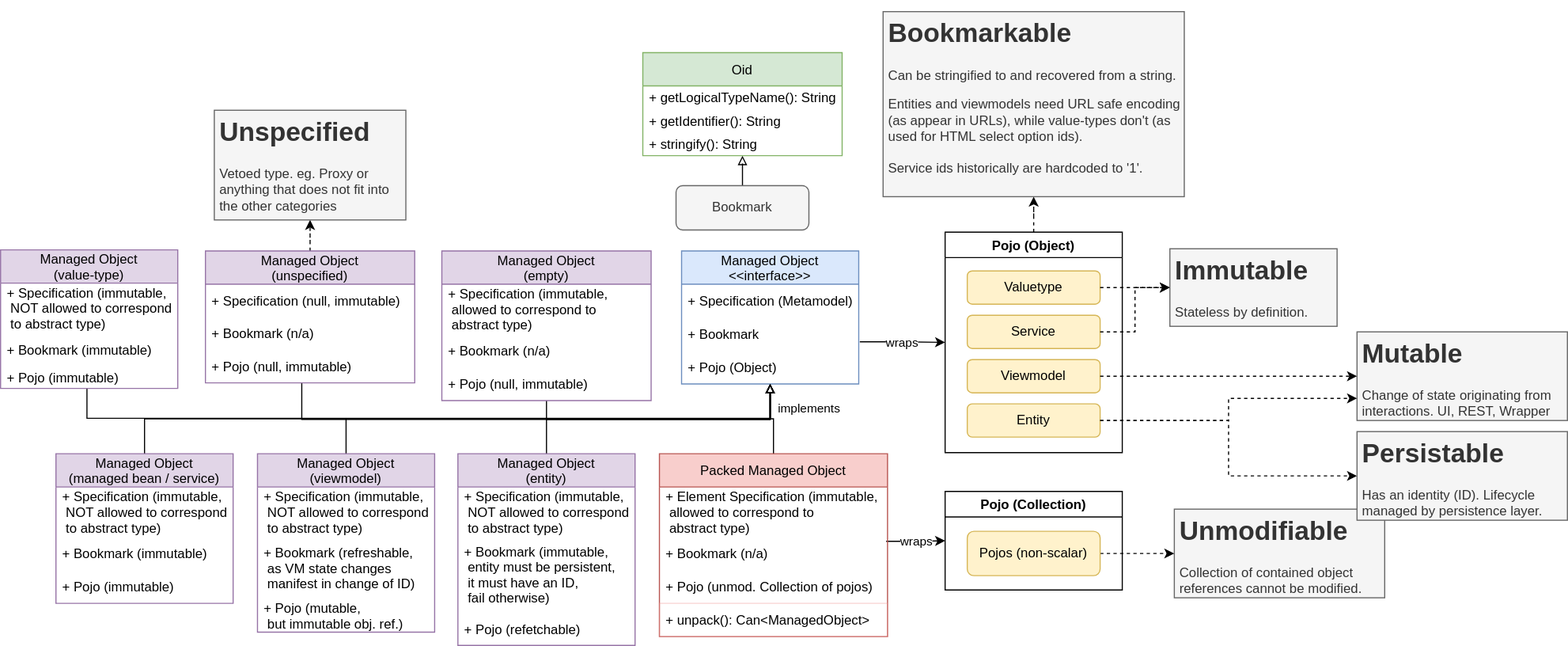
This is core/metamodel/src/main/adoc/modules/metamodel/images/managed-object-diagram.drawio.svg from apache/causeway, a draw.io export, as it was before one commit. Source tidied: cells renumbered, new cells last; positions are measured from the earlier drawing's top-left corner, leaving out a move shared by most shapes.
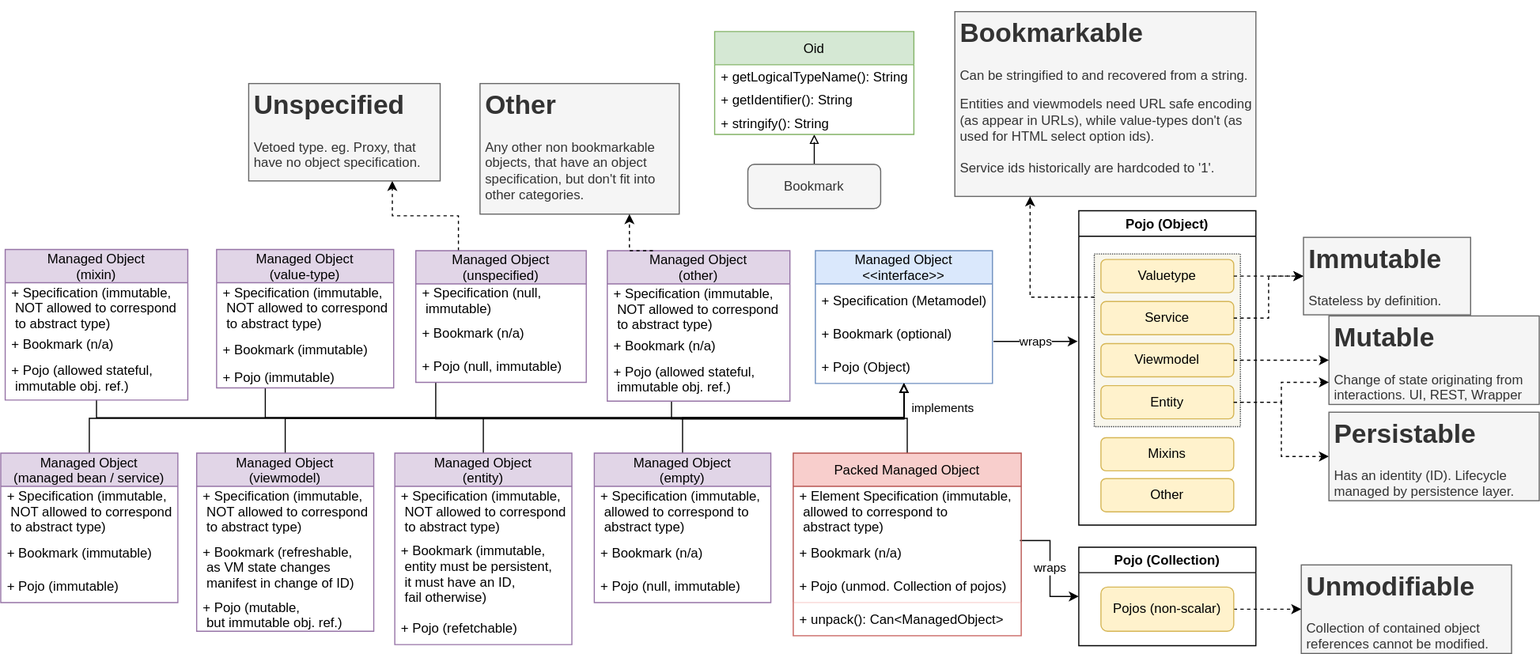
Later version of the same file.

Commit message:
ISIS-3167: adds new Specializations: MIXIN, OTHER

The edit, as a diff of the source:
```diff
@@ -4,4 +4,6 @@
     <mxCell id="1" parent="0" />
-    <mxCell id="2" value="wraps" style="edgeStyle=orthogonalEdgeStyle;rounded=0;jettySize=auto;html=1;exitX=1.006;exitY=0.733;exitDx=0;exitDy=0;entryX=0;entryY=0.5;entryDx=0;entryDy=0;exitPerimeter=0;" parent="1" edge="1" source="5" target="8">
-      <mxGeometry relative="1" as="geometry" />
+    <mxCell id="2" value="wraps" style="edgeStyle=orthogonalEdgeStyle;rounded=0;jettySize=auto;html=1;exitX=1.006;exitY=0.733;exitDx=0;exitDy=0;exitPerimeter=0;" parent="1" edge="1" source="5">
+      <mxGeometry relative="1" as="geometry">
+        <mxPoint x="852" y="298" as="targetPoint" />
+      </mxGeometry>
     </mxCell>
@@ -13,3 +15,3 @@
     </mxCell>
-    <mxCell id="5" value="+ Bookmark" style="text;strokeColor=none;fillColor=none;align=left;verticalAlign=middle;spacingLeft=4;spacingRight=4;overflow=hidden;points=[[0,0.5],[1,0.5]];portConstraint=eastwest;" parent="3" vertex="1">
+    <mxCell id="5" value="+ Bookmark (optional)" style="text;strokeColor=none;fillColor=none;align=left;verticalAlign=middle;spacingLeft=4;spacingRight=4;overflow=hidden;points=[[0,0.5],[1,0.5]];portConstraint=eastwest;" parent="3" vertex="1">
       <mxGeometry y="60" width="160" height="30" as="geometry" />
@@ -19,20 +21,26 @@
     </mxCell>
-    <mxCell id="7" style="edgeStyle=orthogonalEdgeStyle;rounded=0;jettySize=auto;html=1;exitX=0.5;exitY=0;exitDx=0;exitDy=0;dashed=1;" parent="1" edge="1" source="8" target="22">
-      <mxGeometry relative="1" as="geometry" />
-    </mxCell>
     <mxCell id="8" value="Pojo (Object)" style="swimlane;" parent="1" vertex="1">
-      <mxGeometry x="853" y="199" width="160" height="199" as="geometry" />
+      <mxGeometry x="853" y="180" width="160" height="284" as="geometry" />
     </mxCell>
+    <mxCell id="71" style="rounded=0;whiteSpace=wrap;html=1;dashed=1;dashPattern=1 1;fillColor=#f9f7ed;strokeColor=#36393d;fillStyle=auto;" parent="8" vertex="1">
+      <mxGeometry x="14" y="39" width="132" height="156" as="geometry" />
+    </mxCell>
     <mxCell id="9" value="Valuetype" style="rounded=1;whiteSpace=wrap;html=1;fillColor=#fff2cc;strokeColor=#d6b656;" parent="8" vertex="1">
-      <mxGeometry x="20" y="35" width="120" height="30" as="geometry" />
+      <mxGeometry x="20" y="44" width="120" height="30" as="geometry" />
     </mxCell>
     <mxCell id="10" value="Viewmodel" style="rounded=1;whiteSpace=wrap;html=1;fillColor=#fff2cc;strokeColor=#d6b656;" parent="8" vertex="1">
-      <mxGeometry x="20" y="115" width="120" height="30" as="geometry" />
+      <mxGeometry x="20" y="120" width="120" height="30" as="geometry" />
     </mxCell>
     <mxCell id="11" value="Entity" style="rounded=1;whiteSpace=wrap;html=1;fillColor=#fff2cc;strokeColor=#d6b656;" parent="8" vertex="1">
-      <mxGeometry x="20" y="155" width="120" height="30" as="geometry" />
+      <mxGeometry x="20" y="158" width="120" height="30" as="geometry" />
     </mxCell>
     <mxCell id="12" value="Service" style="rounded=1;whiteSpace=wrap;html=1;fillColor=#fff2cc;strokeColor=#d6b656;" parent="8" vertex="1">
-      <mxGeometry x="20" y="75" width="120" height="30" as="geometry" />
+      <mxGeometry x="20" y="82" width="120" height="30" as="geometry" />
     </mxCell>
+    <mxCell id="72" value="Mixins" style="rounded=1;whiteSpace=wrap;html=1;fillColor=#fff2cc;strokeColor=#d6b656;" parent="8" vertex="1">
+      <mxGeometry x="20" y="205" width="120" height="30" as="geometry" />
+    </mxCell>
+    <mxCell id="73" value="Other" style="rounded=1;whiteSpace=wrap;html=1;fillColor=#fff2cc;strokeColor=#d6b656;" parent="8" vertex="1">
+      <mxGeometry x="20" y="242" width="120" height="30" as="geometry" />
+    </mxCell>
     <mxCell id="13" style="edgeStyle=orthogonalEdgeStyle;rounded=0;jettySize=auto;html=1;exitX=1;exitY=0.5;exitDx=0;exitDy=0;entryX=0;entryY=0.5;entryDx=0;entryDy=0;dashed=1;" parent="1" edge="1" source="9" target="14">
@@ -41,6 +49,6 @@
     <mxCell id="14" value="&lt;h1&gt;Immutable&lt;/h1&gt;&lt;p&gt;Stateless by definition.&lt;/p&gt;" style="text;html=1;strokeColor=#666666;fillColor=#f5f5f5;spacing=5;spacingTop=-20;whiteSpace=wrap;overflow=hidden;rounded=0;fontColor=#333333;" parent="1" vertex="1">
-      <mxGeometry x="1056" y="214" width="151" height="70" as="geometry" />
+      <mxGeometry x="1056" y="204" width="151" height="70" as="geometry" />
     </mxCell>
     <mxCell id="15" value="&lt;h1&gt;Mutable&lt;/h1&gt;&lt;p&gt;Change of state originating from interactions. UI, REST, Wrapper&lt;/p&gt;&lt;p&gt;&lt;br&gt;&lt;/p&gt;" style="text;html=1;strokeColor=#666666;fillColor=#f5f5f5;spacing=5;spacingTop=-20;whiteSpace=wrap;overflow=hidden;rounded=0;fontColor=#333333;" parent="1" vertex="1">
-      <mxGeometry x="1225" y="289" width="190" height="80" as="geometry" />
+      <mxGeometry x="1079" y="275" width="190" height="80" as="geometry" />
     </mxCell>
@@ -53,6 +61,6 @@
     <mxCell id="18" value="&lt;h1&gt;Unmodifiable&lt;/h1&gt;&lt;p&gt;Collection of contained object references cannot be modified.&lt;/p&gt;" style="text;html=1;strokeColor=#666666;fillColor=#f5f5f5;spacing=5;spacingTop=-20;whiteSpace=wrap;overflow=hidden;rounded=0;fontColor=#333333;" parent="1" vertex="1">
-      <mxGeometry x="1060" y="449" width="190" height="80" as="geometry" />
+      <mxGeometry x="1054" y="500" width="190" height="80" as="geometry" />
     </mxCell>
     <mxCell id="19" value="&lt;h1&gt;Persistable&lt;/h1&gt;&lt;p&gt;Has an identity (ID). Lifecycle managed by persistence layer.&lt;/p&gt;" style="text;html=1;strokeColor=#666666;fillColor=#f5f5f5;spacing=5;spacingTop=-20;whiteSpace=wrap;overflow=hidden;rounded=0;fontColor=#333333;" parent="1" vertex="1">
-      <mxGeometry x="1225" y="379" width="190" height="80" as="geometry" />
+      <mxGeometry x="1079" y="362" width="190" height="80" as="geometry" />
     </mxCell>
@@ -65,3 +73,3 @@
     <mxCell id="22" value="&lt;h1&gt;Bookmarkable&lt;/h1&gt;&lt;p&gt;Can be stringified to and recovered from a string.&lt;/p&gt;&lt;p&gt;Entities and viewmodels need URL safe encoding (as appear in URLs), while value-types don't (as used for HTML select option ids).&lt;br&gt;&lt;br&gt;Service ids historically are hardcoded to '1'.&lt;/p&gt;&lt;p&gt;&lt;br&gt;&lt;/p&gt;" style="text;html=1;strokeColor=#666666;fillColor=#f5f5f5;spacing=5;spacingTop=-20;whiteSpace=wrap;overflow=hidden;rounded=0;fontColor=#333333;" parent="1" vertex="1">
-      <mxGeometry x="797" width="272" height="167" as="geometry" />
+      <mxGeometry x="741" width="272" height="167" as="geometry" />
     </mxCell>
@@ -91,3 +99,3 @@
     <mxCell id="30" value="Pojo (Collection)" style="swimlane;" parent="1" vertex="1">
-      <mxGeometry x="853" y="433" width="160" height="89" as="geometry" />
+      <mxGeometry x="853" y="484" width="160" height="89" as="geometry" />
     </mxCell>
@@ -100,3 +108,3 @@
     <mxCell id="33" value="Oid" style="swimlane;fontStyle=0;horizontal=1;startSize=30;fillColor=#d5e8d4;strokeColor=#82b366;" parent="1" vertex="1">
-      <mxGeometry x="580" y="37" width="180" height="93" as="geometry" />
+      <mxGeometry x="524" y="18" width="180" height="93" as="geometry" />
     </mxCell>
@@ -112,3 +120,3 @@
     <mxCell id="37" value="Bookmark" style="rounded=1;whiteSpace=wrap;html=1;fillColor=#f5f5f5;strokeColor=#666666;fontColor=#333333;" parent="1" vertex="1">
-      <mxGeometry x="610" y="157" width="120" height="40" as="geometry" />
+      <mxGeometry x="554" y="138" width="120" height="40" as="geometry" />
     </mxCell>
@@ -118,3 +126,3 @@
     <mxCell id="39" value="Managed Object&#10;(managed bean / service)" style="swimlane;fontStyle=0;horizontal=1;startSize=30;fillColor=#e1d5e7;strokeColor=#9673a6;" parent="1" vertex="1">
-      <mxGeometry x="50" y="399" width="160" height="135" as="geometry" />
+      <mxGeometry x="-121" y="399" width="160" height="135" as="geometry" />
     </mxCell>
@@ -133,3 +141,3 @@
     <mxCell id="44" value="Managed Object&#10;(viewmodel)" style="swimlane;fontStyle=0;horizontal=1;startSize=30;fillColor=#e1d5e7;strokeColor=#9673a6;" parent="1" vertex="1">
-      <mxGeometry x="232" y="399" width="160" height="161" as="geometry" />
+      <mxGeometry x="56" y="399" width="160" height="161" as="geometry" />
     </mxCell>
@@ -148,3 +156,3 @@
     <mxCell id="49" value="Managed Object&#10;(entity)" style="swimlane;fontStyle=0;horizontal=1;startSize=30;fillColor=#e1d5e7;strokeColor=#9673a6;" parent="1" vertex="1">
-      <mxGeometry x="413" y="399" width="160" height="173" as="geometry" />
+      <mxGeometry x="235" y="399" width="160" height="173" as="geometry" />
     </mxCell>
@@ -167,3 +175,3 @@
     </mxCell>
-    <mxCell id="54" style="edgeStyle=orthogonalEdgeStyle;rounded=0;jettySize=auto;html=1;exitX=0.5;exitY=0;exitDx=0;exitDy=0;fontFamily=Helvetica;endArrow=classic;endFill=1;dashed=1;" parent="1" edge="1" source="55" target="64">
+    <mxCell id="54" style="edgeStyle=orthogonalEdgeStyle;rounded=0;jettySize=auto;html=1;exitX=0.25;exitY=0;exitDx=0;exitDy=0;fontFamily=Helvetica;endArrow=classic;endFill=1;dashed=1;entryX=0.75;entryY=1;entryDx=0;entryDy=0;" parent="1" edge="1" source="55" target="64">
       <mxGeometry relative="1" as="geometry" />
@@ -171,17 +179,18 @@
     <mxCell id="55" value="Managed Object&#10;(unspecified)" style="swimlane;fontStyle=0;horizontal=1;startSize=30;fillColor=#e1d5e7;strokeColor=#9673a6;" parent="1" vertex="1">
-      <mxGeometry x="185" y="216" width="189" height="119" as="geometry" />
+      <mxGeometry x="254" y="216" width="154" height="119" as="geometry" />
     </mxCell>
-    <mxCell id="56" value="+ Specification (null, immutable)" style="text;strokeColor=none;fillColor=none;align=left;verticalAlign=middle;spacingLeft=4;spacingRight=4;overflow=hidden;" parent="55" vertex="1">
-      <mxGeometry y="30" width="189" height="29" as="geometry" />
+    <mxCell id="56" value="+ Specification (null, &#10; immutable)" style="text;strokeColor=none;fillColor=none;align=left;verticalAlign=middle;spacingLeft=4;spacingRight=4;overflow=hidden;" parent="55" vertex="1">
+      <mxGeometry y="30" width="154" height="29" as="geometry" />
     </mxCell>
     <mxCell id="57" value="+ Bookmark (n/a)" style="text;strokeColor=none;fillColor=none;align=left;verticalAlign=middle;spacingLeft=4;spacingRight=4;overflow=hidden;" parent="55" vertex="1">
-      <mxGeometry y="59" width="189" height="30" as="geometry" />
+      <mxGeometry y="59" width="154" height="30" as="geometry" />
     </mxCell>
     <mxCell id="58" value="+ Pojo (null, immutable)" style="text;strokeColor=none;fillColor=none;align=left;verticalAlign=middle;spacingLeft=4;spacingRight=4;overflow=hidden;" parent="55" vertex="1">
-      <mxGeometry y="89" width="189" height="30" as="geometry" />
+      <mxGeometry y="89" width="154" height="30" as="geometry" />
     </mxCell>
-    <mxCell id="59" style="edgeStyle=orthogonalEdgeStyle;rounded=0;jettySize=auto;html=1;fontFamily=Helvetica;endArrow=block;endFill=0;" parent="1" edge="1" source="60" target="3">
+    <mxCell id="59" style="edgeStyle=orthogonalEdgeStyle;rounded=0;jettySize=auto;html=1;fontFamily=Helvetica;endArrow=block;endFill=0;" parent="1" edge="1" target="3">
       <mxGeometry relative="1" as="geometry">
+        <mxPoint x="493" y="368" as="sourcePoint" />
         <Array as="points">
-          <mxPoint x="493" y="368" />
+          <mxPoint x="496" y="368" />
           <mxPoint x="695" y="368" />
@@ -190,16 +199,24 @@
     </mxCell>
+    <mxCell id="74" style="edgeStyle=orthogonalEdgeStyle;rounded=0;jettySize=auto;html=1;exitX=0.5;exitY=0;exitDx=0;exitDy=0;endArrow=block;endFill=0;" parent="1" edge="1" source="60" target="6">
+      <mxGeometry relative="1" as="geometry">
+        <Array as="points">
+          <mxPoint x="495" y="367" />
+          <mxPoint x="695" y="367" />
+        </Array>
+      </mxGeometry>
+    </mxCell>
     <mxCell id="60" value="Managed Object&#10;(empty)" style="swimlane;fontStyle=0;horizontal=1;startSize=30;fillColor=#e1d5e7;strokeColor=#9673a6;" parent="1" vertex="1">
-      <mxGeometry x="398.5" y="216" width="189" height="135" as="geometry" />
+      <mxGeometry x="415.2" y="399" width="159.5" height="135" as="geometry" />
     </mxCell>
     <mxCell id="61" value="+ Specification (immutable, &#10; allowed to correspond to&#10; abstract type)" style="text;strokeColor=none;fillColor=none;align=left;verticalAlign=middle;spacingLeft=4;spacingRight=4;overflow=hidden;" parent="60" vertex="1">
-      <mxGeometry y="30" width="189" height="45" as="geometry" />
+      <mxGeometry y="30" width="159.5" height="45" as="geometry" />
     </mxCell>
     <mxCell id="62" value="+ Bookmark (n/a)" style="text;strokeColor=none;fillColor=none;align=left;verticalAlign=middle;spacingLeft=4;spacingRight=4;overflow=hidden;" parent="60" vertex="1">
-      <mxGeometry y="75" width="189" height="30" as="geometry" />
+      <mxGeometry y="75" width="159.5" height="30" as="geometry" />
     </mxCell>
     <mxCell id="63" value="+ Pojo (null, immutable)" style="text;strokeColor=none;fillColor=none;align=left;verticalAlign=middle;spacingLeft=4;spacingRight=4;overflow=hidden;" parent="60" vertex="1">
-      <mxGeometry y="105" width="189" height="30" as="geometry" />
+      <mxGeometry y="105" width="159.5" height="30" as="geometry" />
     </mxCell>
-    <mxCell id="64" value="&lt;h1&gt;Unspecified&lt;/h1&gt;&lt;p&gt;Vetoed type. eg. Proxy or anything that does not fit into the other categories&lt;/p&gt;" style="text;html=1;strokeColor=#666666;fillColor=#f5f5f5;spacing=5;spacingTop=-20;whiteSpace=wrap;overflow=hidden;rounded=0;fontColor=#333333;" parent="1" vertex="1">
-      <mxGeometry x="193" y="89" width="173" height="99" as="geometry" />
+    <mxCell id="64" value="&lt;h1&gt;Unspecified&lt;/h1&gt;&lt;p&gt;Vetoed type. eg. Proxy, that have no object specification.&lt;/p&gt;" style="text;html=1;strokeColor=#666666;fillColor=#f5f5f5;spacing=5;spacingTop=-20;whiteSpace=wrap;overflow=hidden;rounded=0;fontColor=#333333;" parent="1" vertex="1">
+      <mxGeometry x="103" y="65" width="173" height="88" as="geometry" />
     </mxCell>
@@ -208,3 +225,3 @@
         <Array as="points">
-          <mxPoint x="78" y="367" />
+          <mxPoint x="118" y="367" />
           <mxPoint x="695" y="367" />
@@ -214,3 +231,3 @@
     <mxCell id="66" value="Managed Object&#10;(value-type)" style="swimlane;fontStyle=0;horizontal=1;startSize=30;fillColor=#e1d5e7;strokeColor=#9673a6;" parent="1" vertex="1">
-      <mxGeometry y="215" width="160" height="125" as="geometry" />
+      <mxGeometry x="74" y="215" width="160" height="125" as="geometry" />
     </mxCell>
@@ -228,2 +245,51 @@
     </mxCell>
+    <mxCell id="75" style="edgeStyle=orthogonalEdgeStyle;rounded=0;jettySize=auto;html=1;endArrow=block;endFill=0;" parent="1" edge="1" source="76" target="3">
+      <mxGeometry relative="1" as="geometry">
+        <Array as="points">
+          <mxPoint x="485" y="368" />
+          <mxPoint x="695" y="368" />
+        </Array>
+      </mxGeometry>
+    </mxCell>
+    <mxCell id="76" value="Managed Object&#10;(other)" style="swimlane;fontStyle=0;horizontal=1;startSize=30;fillColor=#e1d5e7;strokeColor=#9673a6;" parent="1" vertex="1">
+      <mxGeometry x="427" y="216" width="165" height="136" as="geometry" />
+    </mxCell>
+    <mxCell id="77" value="+ Specification (immutable, &#10; NOT allowed to correspond&#10; to abstract type)" style="text;strokeColor=none;fillColor=none;align=left;verticalAlign=middle;spacingLeft=4;spacingRight=4;overflow=hidden;" parent="76" vertex="1">
+      <mxGeometry y="30" width="165" height="45" as="geometry" />
+    </mxCell>
+    <mxCell id="78" value="+ Bookmark (n/a)" style="text;strokeColor=none;fillColor=none;align=left;verticalAlign=middle;spacingLeft=4;spacingRight=4;overflow=hidden;" parent="76" vertex="1">
+      <mxGeometry y="75" width="165" height="21" as="geometry" />
+    </mxCell>
+    <mxCell id="79" value="+ Pojo (allowed stateful, &#10; immutable obj. ref.)" style="text;strokeColor=none;fillColor=none;align=left;verticalAlign=middle;spacingLeft=4;spacingRight=4;overflow=hidden;" parent="76" vertex="1">
+      <mxGeometry y="96" width="165" height="40" as="geometry" />
+    </mxCell>
+    <mxCell id="80" style="edgeStyle=orthogonalEdgeStyle;rounded=0;jettySize=auto;html=1;dashed=1;exitX=0;exitY=0.25;exitDx=0;exitDy=0;entryX=0.25;entryY=1;entryDx=0;entryDy=0;" parent="1" edge="1" source="71" target="22">
+      <mxGeometry relative="1" as="geometry" />
+    </mxCell>
+    <mxCell id="81" value="&lt;h1&gt;Other&lt;/h1&gt;&lt;p&gt;Any other non bookmarkable objects, that have an object specification, but don't fit into other categories.&lt;/p&gt;" style="text;html=1;strokeColor=#666666;fillColor=#f5f5f5;spacing=5;spacingTop=-20;whiteSpace=wrap;overflow=hidden;rounded=0;fontColor=#333333;" parent="1" vertex="1">
+      <mxGeometry x="312" y="65" width="180" height="118" as="geometry" />
+    </mxCell>
+    <mxCell id="82" style="edgeStyle=orthogonalEdgeStyle;rounded=0;jettySize=auto;html=1;exitX=0.25;exitY=0;exitDx=0;exitDy=0;fontFamily=Helvetica;endArrow=classic;endFill=1;dashed=1;entryX=0.75;entryY=1;entryDx=0;entryDy=0;" parent="1" edge="1" source="76" target="81">
+      <mxGeometry relative="1" as="geometry" />
+    </mxCell>
+    <mxCell id="83" style="edgeStyle=orthogonalEdgeStyle;rounded=0;jettySize=auto;html=1;endArrow=block;endFill=0;" parent="1" edge="1" source="84" target="3">
+      <mxGeometry relative="1" as="geometry">
+        <Array as="points">
+          <mxPoint x="-34" y="367" />
+          <mxPoint x="695" y="367" />
+        </Array>
+      </mxGeometry>
+    </mxCell>
+    <mxCell id="84" value="Managed Object&#10;(mixin)" style="swimlane;fontStyle=0;horizontal=1;startSize=30;fillColor=#e1d5e7;strokeColor=#9673a6;" parent="1" vertex="1">
+      <mxGeometry x="-117" y="215" width="165" height="136" as="geometry" />
+    </mxCell>
+    <mxCell id="85" value="+ Specification (immutable, &#10; NOT allowed to correspond&#10; to abstract type)" style="text;strokeColor=none;fillColor=none;align=left;verticalAlign=middle;spacingLeft=4;spacingRight=4;overflow=hidden;" parent="84" vertex="1">
+      <mxGeometry y="30" width="165" height="45" as="geometry" />
+    </mxCell>
+    <mxCell id="86" value="+ Bookmark (n/a)" style="text;strokeColor=none;fillColor=none;align=left;verticalAlign=middle;spacingLeft=4;spacingRight=4;overflow=hidden;" parent="84" vertex="1">
+      <mxGeometry y="75" width="165" height="21" as="geometry" />
+    </mxCell>
+    <mxCell id="87" value="+ Pojo (allowed stateful, &#10; immutable obj. ref.)" style="text;strokeColor=none;fillColor=none;align=left;verticalAlign=middle;spacingLeft=4;spacingRight=4;overflow=hidden;" parent="84" vertex="1">
+      <mxGeometry y="96" width="165" height="40" as="geometry" />
+    </mxCell>
   </root>
```
